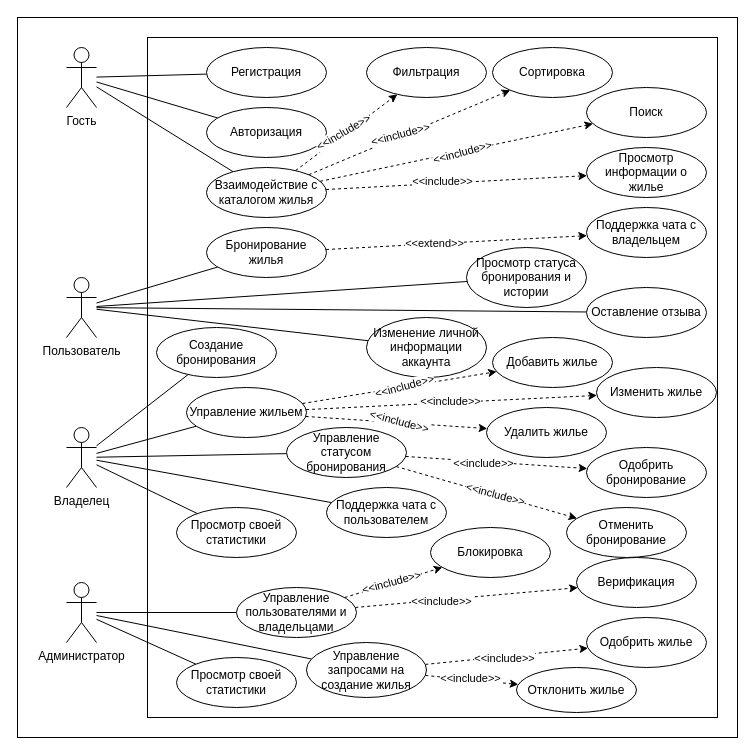
Earlier version of the draw.io diagram KURSACH/вариантов исп.drawio (Slnpa/Diplom). Source tidied: cells renumbered, new cells numbered last; positions are measured from the earlier drawing's top-left corner, leaving out a move shared by most shapes. Both pictures are drawn from the tidied source at 100%, with x=0, y=0 at pixel (17, 17).
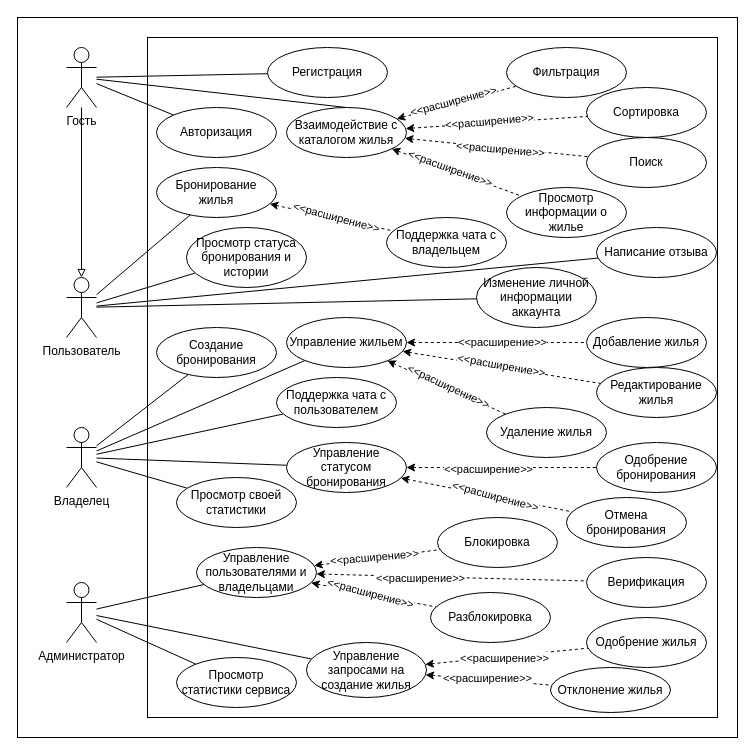
The same page after the edit.

Unchanged cells that the change refers to:
```xml
<mxCell id="27" value="Пользователь" style="shape=umlActor;verticalLabelPosition=bottom;verticalAlign=top;html=1;outlineConnect=0;" parent="1" vertex="1">
  <mxGeometry x="49" y="260" width="30" height="60" as="geometry" />
</mxCell>
<mxCell id="64" value="Администрато&lt;span style=&quot;background-color: transparent; color: light-dark(rgb(0, 0, 0), rgb(255, 255, 255));&quot;&gt;р&lt;/span&gt;" style="shape=umlActor;verticalLabelPosition=bottom;verticalAlign=top;html=1;outlineConnect=0;" parent="1" vertex="1">
  <mxGeometry x="49" y="565" width="30" height="60" as="geometry" />
</mxCell>
<mxCell id="77" value="Управление запросами на создание жилья" style="ellipse;whiteSpace=wrap;html=1;" parent="1" vertex="1">
  <mxGeometry x="289" y="625" width="120" height="55" as="geometry" />
</mxCell>
```

What changed in the source:
```diff
@@
-    <mxCell id="6" style="rounded=0;jettySize=auto;html=1;endArrow=none;startFill=0;" parent="1" edge="1" source="7" target="18">
+    <mxCell id="6" style="rounded=0;jettySize=auto;html=1;endArrow=none;startFill=0;entryX=0.5;entryY=0;entryDx=0;entryDy=0;" parent="1" edge="1" source="7" target="18">
       <mxGeometry relative="1" as="geometry" />
     </mxCell>
-    <mxCell id="7" value="Гость" style="shape=umlActor;verticalLabelPosition=bottom;verticalAlign=top;html=1;outlineConnect=0;" parent="1" vertex="1">
-      <mxGeometry x="49" y="30" width="30" height="60" as="geometry" />
-    </mxCell>
+    <mxCell id="80" style="edgeStyle=orthogonalEdgeStyle;rounded=0;jettySize=auto;html=1;endArrow=block;endFill=0;" parent="1" edge="1" source="7" target="27">
+      <mxGeometry relative="1" as="geometry" />
+    </mxCell>
     <mxCell id="8" value="Регистрация" style="ellipse;whiteSpace=wrap;html=1;" parent="1" vertex="1">
-      <mxGeometry x="189" y="30" width="120" height="50" as="geometry" />
+      <mxGeometry x="250" y="30" width="120" height="50" as="geometry" />
     </mxCell>
     <mxCell id="9" value="Авторизация" style="ellipse;whiteSpace=wrap;html=1;" parent="1" vertex="1">
-      <mxGeometry x="189" y="90" width="120" height="50" as="geometry" />
+      <mxGeometry x="139" y="90" width="120" height="50" as="geometry" />
     </mxCell>
-    <mxCell id="10" style="rounded=0;jettySize=auto;html=1;dashed=1;" parent="1" edge="1" source="18" target="19">
+    <mxCell id="10" style="rounded=0;jettySize=auto;html=1;dashed=1;startArrow=classic;startFill=1;endArrow=none;" parent="1" edge="1" source="18" target="19">
       <mxGeometry relative="1" as="geometry" />
     </mxCell>
-    <mxCell id="11" value="&amp;lt;&amp;lt;include&amp;gt;&amp;gt;" style="edgeLabel;html=1;align=center;verticalAlign=middle;rotation=-30;" parent="10" vertex="1">
+    <mxCell id="11" value="&amp;lt;&amp;lt;расширение&amp;gt;&amp;gt;" style="edgeLabel;html=1;align=center;verticalAlign=middle;rotation=-15;" parent="10" vertex="1">
       <mxGeometry x="-0.04" y="2" relative="1" as="geometry" />
     </mxCell>
-    <mxCell id="12" style="rounded=0;jettySize=auto;html=1;dashed=1;" parent="1" edge="1" source="18" target="20">
+    <mxCell id="12" style="rounded=0;jettySize=auto;html=1;dashed=1;startArrow=classic;startFill=1;endArrow=none;" parent="1" edge="1" source="18" target="20">
       <mxGeometry relative="1" as="geometry" />
     </mxCell>
-    <mxCell id="13" value="&amp;lt;&amp;lt;include&amp;gt;&amp;gt;" style="edgeLabel;html=1;align=center;verticalAlign=middle;rotation=-15;" parent="12" vertex="1">
+    <mxCell id="13" value="&amp;lt;&amp;lt;расширение&amp;gt;&amp;gt;" style="edgeLabel;html=1;align=center;verticalAlign=middle;rotation=-5;" parent="12" vertex="1">
       <mxGeometry x="-0.08" y="2" relative="1" as="geometry" />
     </mxCell>
-    <mxCell id="14" style="rounded=0;jettySize=auto;html=1;dashed=1;" parent="1" edge="1" source="18" target="21">
+    <mxCell id="14" style="rounded=0;jettySize=auto;html=1;dashed=1;startArrow=classic;startFill=1;endArrow=none;" parent="1" edge="1" source="18" target="21">
       <mxGeometry relative="1" as="geometry" />
     </mxCell>
-    <mxCell id="15" value="&amp;lt;&amp;lt;include&amp;gt;&amp;gt;" style="edgeLabel;html=1;align=center;verticalAlign=middle;rotation=-15;" parent="14" vertex="1">
+    <mxCell id="15" value="&amp;lt;&amp;lt;расширение&amp;gt;&amp;gt;" style="edgeLabel;html=1;align=center;verticalAlign=middle;rotation=5;" parent="14" vertex="1">
       <mxGeometry x="0.04" y="-1" relative="1" as="geometry" />
     </mxCell>
-    <mxCell id="16" style="rounded=0;jettySize=auto;html=1;dashed=1;" parent="1" edge="1" source="18" target="22">
+    <mxCell id="16" style="rounded=0;jettySize=auto;html=1;dashed=1;startArrow=classic;startFill=1;endArrow=none;" parent="1" edge="1" source="18" target="22">
       <mxGeometry relative="1" as="geometry" />
     </mxCell>
-    <mxCell id="17" value="&amp;lt;&amp;lt;include&amp;gt;&amp;gt;" style="edgeLabel;html=1;align=center;verticalAlign=middle;" parent="16" vertex="1">
+    <mxCell id="17" value="&amp;lt;&amp;lt;расширение&amp;gt;&amp;gt;" style="edgeLabel;html=1;align=center;verticalAlign=middle;rotation=20;" parent="16" vertex="1">
       <mxGeometry x="-0.11" y="2" relative="1" as="geometry" />
     </mxCell>
     <mxCell id="18" value="Взаимодействие с каталогом жилья" style="ellipse;whiteSpace=wrap;html=1;" parent="1" vertex="1">
-      <mxGeometry x="189" y="150" width="120" height="50" as="geometry" />
+      <mxGeometry x="269" y="90" width="120" height="50" as="geometry" />
     </mxCell>
     <mxCell id="19" value="Фильтрация" style="ellipse;whiteSpace=wrap;html=1;" parent="1" vertex="1">
-      <mxGeometry x="349" y="30" width="120" height="50" as="geometry" />
+      <mxGeometry x="489" y="30" width="120" height="50" as="geometry" />
     </mxCell>
     <mxCell id="20" value="Сортировка" style="ellipse;whiteSpace=wrap;html=1;" parent="1" vertex="1">
-      <mxGeometry x="475" y="30" width="120" height="50" as="geometry" />
+      <mxGeometry x="569" y="70" width="120" height="50" as="geometry" />
     </mxCell>
     <mxCell id="21" value="Поиск" style="ellipse;whiteSpace=wrap;html=1;" parent="1" vertex="1">
-      <mxGeometry x="569" y="70" width="120" height="50" as="geometry" />
+      <mxGeometry x="569" y="120" width="120" height="50" as="geometry" />
     </mxCell>
     <mxCell id="22" value="Просмотр информации о жилье" style="ellipse;whiteSpace=wrap;html=1;" parent="1" vertex="1">
-      <mxGeometry x="569" y="130" width="120" height="50" as="geometry" />
+      <mxGeometry x="489" y="170" width="120" height="50" as="geometry" />
     </mxCell>
@@
-    <mxCell id="28" style="rounded=0;jettySize=auto;html=1;dashed=1;" parent="1" edge="1" source="30" target="31">
+    <mxCell id="28" style="rounded=0;jettySize=auto;html=1;dashed=1;startArrow=classic;startFill=1;endArrow=none;" parent="1" edge="1" source="30" target="31">
       <mxGeometry relative="1" as="geometry" />
     </mxCell>
-    <mxCell id="29" value="&amp;lt;&amp;lt;extend&amp;gt;&amp;gt;" style="edgeLabel;html=1;align=center;verticalAlign=middle;" parent="28" vertex="1">
-      <mxGeometry x="-0.17" y="1" relative="1" as="geometry" />
+    <mxCell id="29" value="&amp;lt;&amp;lt;расширение&amp;gt;&amp;gt;" style="edgeLabel;html=1;align=center;verticalAlign=middle;rotation=15;" parent="28" vertex="1">
+      <mxGeometry x="-0.17" y="1" relative="1" as="geometry">
+        <mxPoint x="15" y="3" as="offset" />
+      </mxGeometry>
     </mxCell>
     <mxCell id="30" value="Бронирование жилья" style="ellipse;whiteSpace=wrap;html=1;" parent="1" vertex="1">
-      <mxGeometry x="189" y="210" width="120" height="50" as="geometry" />
+      <mxGeometry x="139" y="150" width="120" height="50" as="geometry" />
     </mxCell>
     <mxCell id="31" value="Поддержка чата с владельцем" style="ellipse;whiteSpace=wrap;html=1;" parent="1" vertex="1">
-      <mxGeometry x="569" y="190" width="120" height="50" as="geometry" />
+      <mxGeometry x="369" y="200" width="120" height="50" as="geometry" />
     </mxCell>
     <mxCell id="32" value="Просмотр статуса бронирования и истории" style="ellipse;whiteSpace=wrap;html=1;" parent="1" vertex="1">
-      <mxGeometry x="449" y="230" width="120" height="60" as="geometry" />
+      <mxGeometry x="169" y="210" width="120" height="60" as="geometry" />
     </mxCell>
-    <mxCell id="33" value="Оставление отзыва" style="ellipse;whiteSpace=wrap;html=1;" parent="1" vertex="1">
-      <mxGeometry x="569" y="270" width="120" height="50" as="geometry" />
+    <mxCell id="33" value="Написание отзыва" style="ellipse;whiteSpace=wrap;html=1;" parent="1" vertex="1">
+      <mxGeometry x="579" y="210" width="120" height="50" as="geometry" />
     </mxCell>
     <mxCell id="34" value="Изменение личной информации аккаунта" style="ellipse;whiteSpace=wrap;html=1;" parent="1" vertex="1">
-      <mxGeometry x="349" y="300" width="120" height="60" as="geometry" />
+      <mxGeometry x="459" y="250" width="120" height="60" as="geometry" />
     </mxCell>
@@
-    <mxCell id="41" style="rounded=0;jettySize=auto;html=1;dashed=1;" parent="1" edge="1" source="47" target="48">
+    <mxCell id="41" style="rounded=0;jettySize=auto;html=1;dashed=1;endArrow=none;startFill=1;startArrow=classic;" parent="1" edge="1" source="47" target="48">
       <mxGeometry relative="1" as="geometry" />
     </mxCell>
-    <mxCell id="42" value="&amp;lt;&amp;lt;include&amp;gt;&amp;gt;" style="edgeLabel;html=1;align=center;verticalAlign=middle;rotation=-15;" parent="41" vertex="1">
+    <mxCell id="42" value="&amp;lt;&amp;lt;расширение&amp;gt;&amp;gt;" style="edgeLabel;html=1;align=center;verticalAlign=middle;rotation=0;" parent="41" vertex="1">
       <mxGeometry x="0.05" y="1" relative="1" as="geometry" />
     </mxCell>
-    <mxCell id="43" style="rounded=0;jettySize=auto;html=1;dashed=1;" parent="1" edge="1" source="47" target="49">
+    <mxCell id="43" style="rounded=0;jettySize=auto;html=1;dashed=1;endArrow=none;startFill=1;startArrow=classic;" parent="1" edge="1" source="47" target="49">
       <mxGeometry relative="1" as="geometry" />
     </mxCell>
-    <mxCell id="44" value="&amp;lt;&amp;lt;include&amp;gt;&amp;gt;" style="edgeLabel;html=1;align=center;verticalAlign=middle;" parent="43" vertex="1">
+    <mxCell id="44" value="&amp;lt;&amp;lt;расширение&amp;gt;&amp;gt;" style="edgeLabel;html=1;align=center;verticalAlign=middle;rotation=10;" parent="43" vertex="1">
       <mxGeometry x="-0.01" y="2" relative="1" as="geometry" />
     </mxCell>
-    <mxCell id="45" style="rounded=0;jettySize=auto;html=1;dashed=1;" parent="1" edge="1" source="47" target="50">
+    <mxCell id="45" style="rounded=0;jettySize=auto;html=1;dashed=1;endArrow=none;startFill=1;startArrow=classic;" parent="1" edge="1" source="47" target="50">
       <mxGeometry relative="1" as="geometry" />
     </mxCell>
-    <mxCell id="46" value="&amp;lt;&amp;lt;include&amp;gt;&amp;gt;" style="edgeLabel;html=1;align=center;verticalAlign=middle;rotation=15;" parent="45" vertex="1">
+    <mxCell id="46" value="&amp;lt;&amp;lt;расширение&amp;gt;&amp;gt;" style="edgeLabel;html=1;align=center;verticalAlign=middle;rotation=25;" parent="45" vertex="1">
       <mxGeometry x="0.02" y="2" relative="1" as="geometry" />
     </mxCell>
     <mxCell id="47" value="Управление жильем" style="ellipse;whiteSpace=wrap;html=1;" parent="1" vertex="1">
-      <mxGeometry x="169" y="370" width="120" height="50" as="geometry" />
+      <mxGeometry x="269" y="300" width="120" height="50" as="geometry" />
     </mxCell>
-    <mxCell id="48" value="Добавить жилье" style="ellipse;whiteSpace=wrap;html=1;" parent="1" vertex="1">
-      <mxGeometry x="475" y="320" width="120" height="50" as="geometry" />
+    <mxCell id="48" value="Добавление жилья" style="ellipse;whiteSpace=wrap;html=1;" parent="1" vertex="1">
+      <mxGeometry x="569" y="300" width="120" height="50" as="geometry" />
     </mxCell>
-    <mxCell id="49" value="Изменить жилье" style="ellipse;whiteSpace=wrap;html=1;" parent="1" vertex="1">
+    <mxCell id="49" value="Редактирование жилья" style="ellipse;whiteSpace=wrap;html=1;" parent="1" vertex="1">
       <mxGeometry x="579" y="350" width="120" height="50" as="geometry" />
     </mxCell>
-    <mxCell id="50" value="Удалить жилье" style="ellipse;whiteSpace=wrap;html=1;" parent="1" vertex="1">
+    <mxCell id="50" value="Удаление жилья" style="ellipse;whiteSpace=wrap;html=1;" parent="1" vertex="1">
       <mxGeometry x="469" y="390" width="120" height="50" as="geometry" />
     </mxCell>
-    <mxCell id="51" style="rounded=0;jettySize=auto;html=1;dashed=1;" parent="1" edge="1" source="55" target="58">
+    <mxCell id="51" style="rounded=0;jettySize=auto;html=1;dashed=1;endArrow=none;endFill=1;startFill=1;startArrow=classic;" parent="1" edge="1" source="55" target="58">
       <mxGeometry relative="1" as="geometry" />
     </mxCell>
-    <mxCell id="52" value="&amp;lt;&amp;lt;include&amp;gt;&amp;gt;" style="edgeLabel;html=1;align=center;verticalAlign=middle;" parent="51" vertex="1">
+    <mxCell id="52" value="&amp;lt;&amp;lt;расширение&amp;gt;&amp;gt;" style="edgeLabel;html=1;align=center;verticalAlign=middle;" parent="51" vertex="1">
       <mxGeometry x="-0.15" y="-1" relative="1" as="geometry" />
     </mxCell>
-    <mxCell id="53" style="rounded=0;jettySize=auto;html=1;dashed=1;" parent="1" edge="1" source="55" target="59">
+    <mxCell id="53" style="rounded=0;jettySize=auto;html=1;dashed=1;endArrow=none;endFill=1;startFill=1;startArrow=classic;" parent="1" edge="1" source="55" target="59">
       <mxGeometry relative="1" as="geometry" />
     </mxCell>
-    <mxCell id="54" value="&amp;lt;&amp;lt;include&amp;gt;&amp;gt;" style="edgeLabel;html=1;align=center;verticalAlign=middle;rotation=15;" parent="53" vertex="1">
+    <mxCell id="54" value="&amp;lt;&amp;lt;расширение&amp;gt;&amp;gt;" style="edgeLabel;html=1;align=center;verticalAlign=middle;rotation=15;" parent="53" vertex="1">
       <mxGeometry x="0.1" y="1" relative="1" as="geometry" />
     </mxCell>
     <mxCell id="55" value="Управление статусом бронирования" style="ellipse;whiteSpace=wrap;html=1;" parent="1" vertex="1">
-      <mxGeometry x="269" y="410" width="120" height="50" as="geometry" />
+      <mxGeometry x="269" y="425" width="120" height="50" as="geometry" />
     </mxCell>
     <mxCell id="56" value="Поддержка чата с пользователем" style="ellipse;whiteSpace=wrap;html=1;" parent="1" vertex="1">
-      <mxGeometry x="309" y="470" width="120" height="50" as="geometry" />
+      <mxGeometry x="259" y="360" width="120" height="50" as="geometry" />
     </mxCell>
     <mxCell id="57" value="Просмотр своей статистики" style="ellipse;whiteSpace=wrap;html=1;" parent="1" vertex="1">
-      <mxGeometry x="159" y="490" width="120" height="50" as="geometry" />
+      <mxGeometry x="159" y="460" width="120" height="50" as="geometry" />
     </mxCell>
-    <mxCell id="58" value="Одобрить бронирование" style="ellipse;whiteSpace=wrap;html=1;" parent="1" vertex="1">
-      <mxGeometry x="569" y="430" width="120" height="50" as="geometry" />
+    <mxCell id="58" value="Одобрение бронирования" style="ellipse;whiteSpace=wrap;html=1;" parent="1" vertex="1">
+      <mxGeometry x="579" y="425" width="120" height="50" as="geometry" />
     </mxCell>
-    <mxCell id="59" value="Отменить бронирование" style="ellipse;whiteSpace=wrap;html=1;" parent="1" vertex="1">
-      <mxGeometry x="549" y="490" width="120" height="50" as="geometry" />
+    <mxCell id="59" value="Отмена бронирования" style="ellipse;whiteSpace=wrap;html=1;" parent="1" vertex="1">
+      <mxGeometry x="549" y="480" width="120" height="50" as="geometry" />
     </mxCell>
@@
-    <mxCell id="61" style="edgeStyle=orthogonalEdgeStyle;rounded=0;jettySize=auto;html=1;endArrow=none;startFill=0;" parent="1" edge="1" source="64" target="69">
+    <mxCell id="61" style="rounded=0;jettySize=auto;html=1;endArrow=none;startFill=0;" parent="1" edge="1" source="64" target="69">
       <mxGeometry relative="1" as="geometry" />
     </mxCell>
@@
-    <mxCell id="65" style="rounded=0;jettySize=auto;html=1;endArrow=classic;endFill=1;dashed=1;" parent="1" edge="1" source="69" target="72">
+    <mxCell id="65" style="rounded=0;jettySize=auto;html=1;endArrow=none;endFill=1;dashed=1;startFill=1;startArrow=classic;" parent="1" edge="1" source="69" target="72">
       <mxGeometry relative="1" as="geometry" />
     </mxCell>
-    <mxCell id="66" value="&amp;lt;&amp;lt;include&amp;gt;&amp;gt;" style="edgeLabel;html=1;align=center;verticalAlign=middle;rotation=-15;" parent="65" vertex="1">
+    <mxCell id="66" value="&amp;lt;&amp;lt;расширение&amp;gt;&amp;gt;" style="edgeLabel;html=1;align=center;verticalAlign=middle;rotation=-5;" parent="65" vertex="1">
       <mxGeometry x="-0.05" y="1" relative="1" as="geometry" />
     </mxCell>
-    <mxCell id="67" style="rounded=0;jettySize=auto;html=1;endArrow=classic;endFill=1;dashed=1;" parent="1" edge="1" source="69" target="71">
+    <mxCell id="67" style="rounded=0;jettySize=auto;html=1;endArrow=none;endFill=1;dashed=1;startFill=1;startArrow=classic;" parent="1" edge="1" source="69" target="71">
       <mxGeometry relative="1" as="geometry" />
     </mxCell>
-    <mxCell id="68" value="&amp;lt;&amp;lt;include&amp;gt;&amp;gt;" style="edgeLabel;html=1;align=center;verticalAlign=middle;" parent="67" vertex="1">
+    <mxCell id="68" value="&amp;lt;&amp;lt;расширение&amp;gt;&amp;gt;" style="edgeLabel;html=1;align=center;verticalAlign=middle;" parent="67" vertex="1">
       <mxGeometry x="-0.23" y="-1" relative="1" as="geometry" />
     </mxCell>
+    <mxCell id="81" style="rounded=0;jettySize=auto;html=1;dashed=1;endArrow=none;startFill=1;startArrow=classic;" parent="1" edge="1" source="69" target="83">
+      <mxGeometry relative="1" as="geometry" />
+    </mxCell>
+    <mxCell id="82" value="&amp;lt;&amp;lt;расширение&amp;gt;&amp;gt;" style="edgeLabel;html=1;align=center;verticalAlign=middle;rotation=15;" parent="81" vertex="1">
+      <mxGeometry x="-0.05" y="1" relative="1" as="geometry" />
+    </mxCell>
     <mxCell id="69" value="Управление пользователями и владельцами" style="ellipse;whiteSpace=wrap;html=1;" parent="1" vertex="1">
-      <mxGeometry x="219" y="570" width="120" height="50" as="geometry" />
+      <mxGeometry x="179" y="530" width="120" height="50" as="geometry" />
     </mxCell>
-    <mxCell id="70" value="Просмотр своей статистики" style="ellipse;whiteSpace=wrap;html=1;" parent="1" vertex="1">
+    <mxCell id="70" value="Просмотр статистики сервиса" style="ellipse;whiteSpace=wrap;html=1;" parent="1" vertex="1">
       <mxGeometry x="159" y="640" width="120" height="50" as="geometry" />
     </mxCell>
     <mxCell id="71" value="Верификация" style="ellipse;whiteSpace=wrap;html=1;" parent="1" vertex="1">
-      <mxGeometry x="559" y="540" width="120" height="50" as="geometry" />
+      <mxGeometry x="569" y="540" width="120" height="50" as="geometry" />
     </mxCell>
     <mxCell id="72" value="Блокировка" style="ellipse;whiteSpace=wrap;html=1;" parent="1" vertex="1">
-      <mxGeometry x="413" y="510" width="120" height="50" as="geometry" />
+      <mxGeometry x="420" y="500" width="120" height="50" as="geometry" />
     </mxCell>
-    <mxCell id="73" style="rounded=0;jettySize=auto;html=1;dashed=1;" parent="1" edge="1" source="77" target="78">
+    <mxCell id="73" style="rounded=0;jettySize=auto;html=1;dashed=1;startArrow=classic;startFill=1;endArrow=none;" parent="1" edge="1" source="77" target="78">
       <mxGeometry relative="1" as="geometry" />
     </mxCell>
-    <mxCell id="74" value="&amp;lt;&amp;lt;include&amp;gt;&amp;gt;" style="edgeLabel;html=1;align=center;verticalAlign=middle;" parent="73" vertex="1">
+    <mxCell id="74" value="&amp;lt;&amp;lt;расширение&amp;gt;&amp;gt;" style="edgeLabel;html=1;align=center;verticalAlign=middle;" parent="73" vertex="1">
       <mxGeometry x="-0.03" relative="1" as="geometry">
         <mxPoint y="1" as="offset" />
       </mxGeometry>
     </mxCell>
-    <mxCell id="75" style="rounded=0;jettySize=auto;html=1;dashed=1;" parent="1" edge="1" source="77" target="79">
+    <mxCell id="75" style="rounded=0;jettySize=auto;html=1;dashed=1;startArrow=classic;startFill=1;endArrow=none;" parent="1" edge="1" source="77" target="79">
       <mxGeometry relative="1" as="geometry" />
     </mxCell>
-    <mxCell id="76" value="&amp;lt;&amp;lt;include&amp;gt;&amp;gt;" style="edgeLabel;html=1;align=center;verticalAlign=middle;" parent="75" vertex="1">
+    <mxCell id="76" value="&amp;lt;&amp;lt;расширение&amp;gt;&amp;gt;" style="edgeLabel;html=1;align=center;verticalAlign=middle;" parent="75" vertex="1">
       <mxGeometry x="-0.04" y="2" relative="1" as="geometry" />
     </mxCell>
@@
-    <mxCell id="78" value="Одобрить жилье" style="ellipse;whiteSpace=wrap;html=1;" parent="1" vertex="1">
+    <mxCell id="78" value="Одобрение жилья" style="ellipse;whiteSpace=wrap;html=1;" parent="1" vertex="1">
       <mxGeometry x="569" y="600" width="120" height="50" as="geometry" />
     </mxCell>
-    <mxCell id="79" value="Отклонить жилье" style="ellipse;whiteSpace=wrap;html=1;" parent="1" vertex="1">
-      <mxGeometry x="499" y="650" width="120" height="45" as="geometry" />
+    <mxCell id="79" value="Отклонение жилья" style="ellipse;whiteSpace=wrap;html=1;" parent="1" vertex="1">
+      <mxGeometry x="533" y="650" width="120" height="45" as="geometry" />
     </mxCell>
+    <mxCell id="83" value="Разблокировка" style="ellipse;whiteSpace=wrap;html=1;" parent="1" vertex="1">
+      <mxGeometry x="413" y="575" width="120" height="50" as="geometry" />
+    </mxCell>
+    <mxCell id="7" value="Гость" style="shape=umlActor;verticalLabelPosition=bottom;verticalAlign=top;html=1;outlineConnect=0;" parent="1" vertex="1">
+      <mxGeometry x="49" y="30" width="30" height="60" as="geometry" />
+    </mxCell>
```
